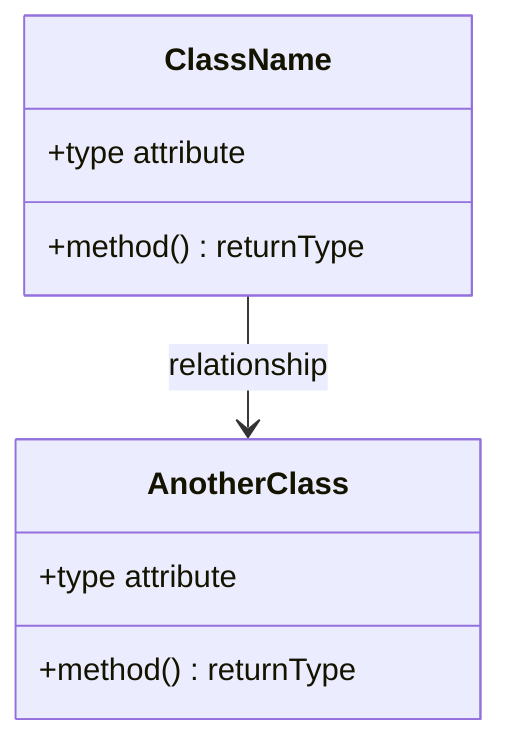
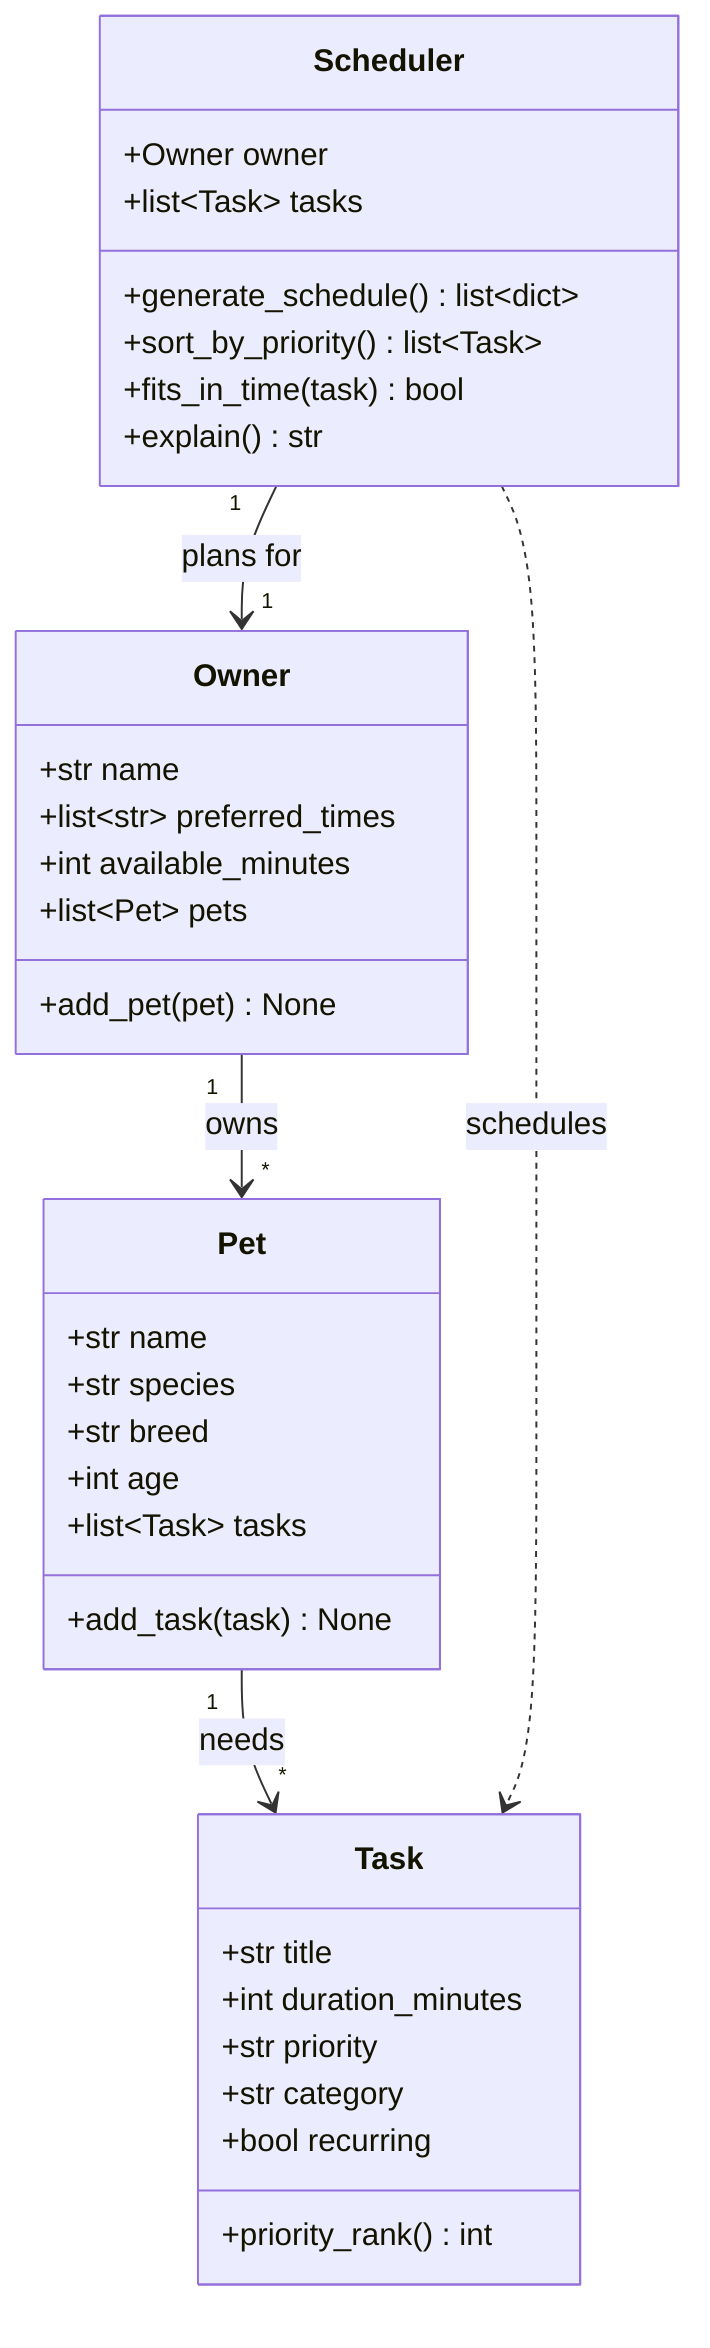
classDiagram
-     %% Replace the placeholders below with your actual classes, attributes, methods, and relationships.
-     %% Keep this file updated so it matches your final implementation.
+     %% PawPal+ — smart pet care planner
+     %% Four core classes: Owner, Pet, Task, Scheduler
+     %% Keep this in sync with the implementation as it evolves.

-     class ClassName {
-         +type attribute
-         +method() returnType
+     class Owner {
+         +str name
+         +list~str~ preferred_times
+         +int available_minutes
+         +list~Pet~ pets
+         +add_pet(pet) None
    }

-     class AnotherClass {
-         +type attribute
-         +method() returnType
+     class Pet {
+         +str name
+         +str species
+         +str breed
+         +int age
+         +list~Task~ tasks
+         +add_task(task) None
    }

-     ClassName --> AnotherClass : relationship
+     class Task {
+         +str title
+         +int duration_minutes
+         +str priority
+         +str category
+         +bool recurring
+         +priority_rank() int
+     }
+ 
+     class Scheduler {
+         +Owner owner
+         +list~Task~ tasks
+         +generate_schedule() list~dict~
+         +sort_by_priority() list~Task~
+         +fits_in_time(task) bool
+         +explain() str
+     }
+ 
+     Owner "1" --> "*" Pet : owns
+     Pet "1" --> "*" Task : needs
+     Scheduler "1" --> "1" Owner : plans for
+     Scheduler ..> Task : schedules
